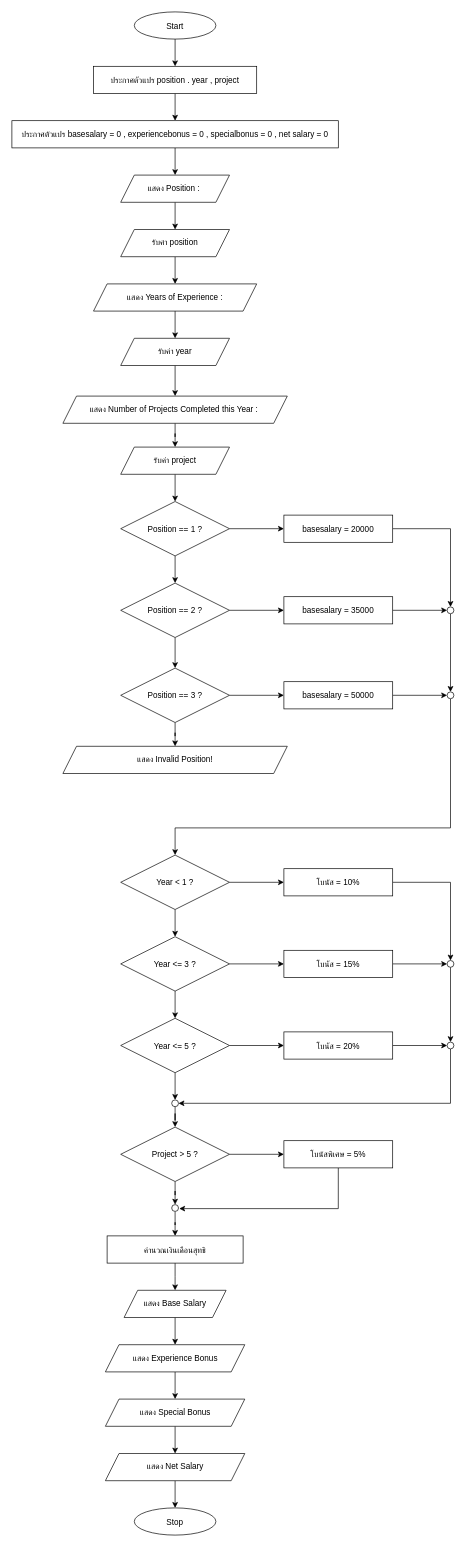
This is Lab/lab8_Flowchart.drawio from jirayuwongtom/ENGCC304, a draw.io file, before an edit. Source tidied: cells renumbered, new cells numbered last; positions are measured from the earlier drawing's top-left corner, leaving out a move shared by most shapes. Both pictures are drawn from the tidied source at 68%, with x=0, y=0 at pixel (12, 12).
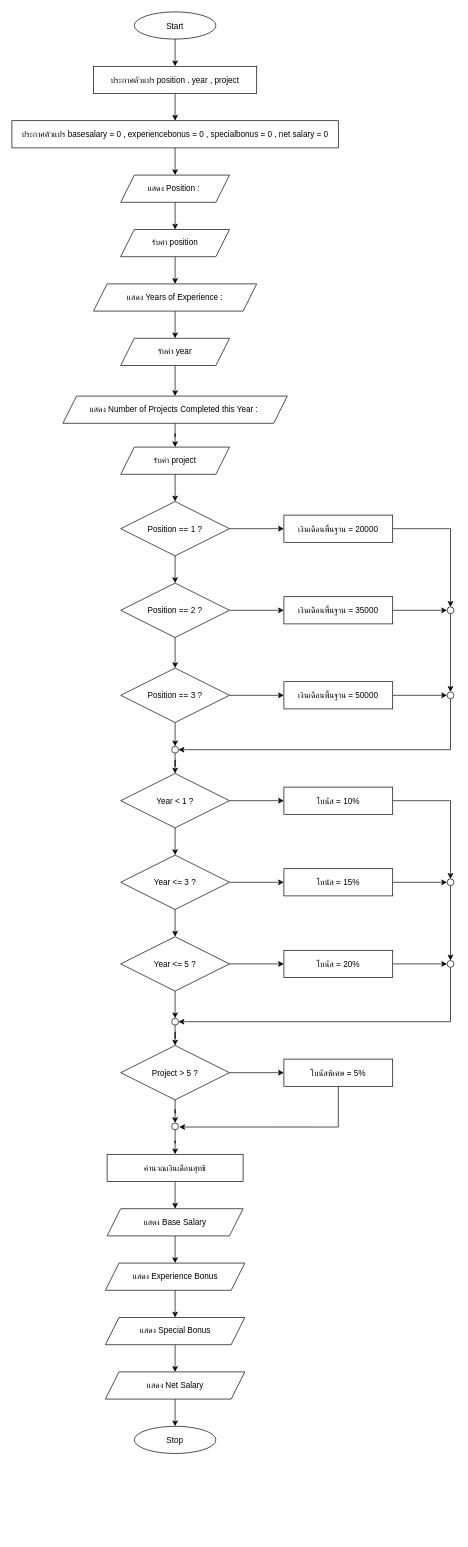
The same diagram, later.

The change refers to these unchanged cells:
```xml
<mxCell id="16" value="Position == 3 ?" style="rhombus;" parent="1" vertex="1">
  <mxGeometry x="160" y="965" width="160" height="80" as="geometry" />
</mxCell>
<mxCell id="62" style="ellipse;whiteSpace=wrap;html=1;" parent="1" vertex="1">
  <mxGeometry x="640" y="1000" width="10" height="10" as="geometry" />
</mxCell>
```

Diff of the diagram source:
```diff
@@
-    <mxCell id="8" value="basesalary = 20000" style="rectangle;" parent="1" vertex="1">
+    <mxCell id="8" value="เงินเดือนพื้นฐาน = 20000" style="rectangle;" parent="1" vertex="1">
       <mxGeometry x="400" y="740" width="160" height="40" as="geometry" />
     </mxCell>
@@
-    <mxCell id="13" value="basesalary = 35000" style="rectangle;" parent="1" vertex="1">
+    <mxCell id="13" value="เงินเดือนพื้นฐาน = 35000" style="rectangle;" parent="1" vertex="1">
       <mxGeometry x="400" y="860" width="160" height="40" as="geometry" />
     </mxCell>
@@
-    <mxCell id="15" style="edgeStyle=orthogonalEdgeStyle;rounded=0;jettySize=auto;html=1;" parent="1" edge="1" source="16" target="58">
-      <mxGeometry relative="1" as="geometry" />
+    <mxCell id="15" style="edgeStyle=orthogonalEdgeStyle;rounded=0;jettySize=auto;html=1;" parent="1" edge="1" source="16">
+      <mxGeometry relative="1" as="geometry">
+        <mxPoint x="240" y="1080" as="targetPoint" />
+      </mxGeometry>
     </mxCell>
@@
-    <mxCell id="18" value="basesalary = 50000" style="rectangle;" parent="1" vertex="1">
+    <mxCell id="18" value="เงินเดือนพื้นฐาน = 50000" style="rectangle;" parent="1" vertex="1">
       <mxGeometry x="400" y="985" width="160" height="40" as="geometry" />
     </mxCell>
@@
     <mxCell id="21" value="Year &lt; 1 ?" style="rhombus;" parent="1" vertex="1">
-      <mxGeometry x="160" y="1240" width="160" height="80" as="geometry" />
+      <mxGeometry x="160" y="1120" width="160" height="80" as="geometry" />
     </mxCell>
@@
     <mxCell id="24" value="Year &lt;= 3 ?" style="rhombus;" parent="1" vertex="1">
-      <mxGeometry x="160" y="1360" width="160" height="80" as="geometry" />
+      <mxGeometry x="160" y="1240" width="160" height="80" as="geometry" />
     </mxCell>
@@
     <mxCell id="26" value="โบนัส = 10%" style="rectangle;" parent="1" vertex="1">
-      <mxGeometry x="400" y="1260" width="160" height="40" as="geometry" />
+      <mxGeometry x="400" y="1140" width="160" height="40" as="geometry" />
     </mxCell>
@@
     <mxCell id="29" value="Year &lt;= 5 ?" style="rhombus;" parent="1" vertex="1">
-      <mxGeometry x="160" y="1480" width="160" height="80" as="geometry" />
+      <mxGeometry x="160" y="1360" width="160" height="80" as="geometry" />
     </mxCell>
@@
     <mxCell id="31" value="โบนัส = 15%" style="rectangle;" parent="1" vertex="1">
-      <mxGeometry x="400" y="1380" width="160" height="40" as="geometry" />
+      <mxGeometry x="400" y="1260" width="160" height="40" as="geometry" />
     </mxCell>
@@
     <mxCell id="33" value="โบนัส = 20%" style="rectangle;" parent="1" vertex="1">
-      <mxGeometry x="400" y="1500" width="160" height="40" as="geometry" />
+      <mxGeometry x="400" y="1380" width="160" height="40" as="geometry" />
     </mxCell>
@@
     <mxCell id="36" value="Project &gt; 5 ?" style="rhombus;" parent="1" vertex="1">
-      <mxGeometry x="160" y="1640" width="160" height="80" as="geometry" />
+      <mxGeometry x="160" y="1520" width="160" height="80" as="geometry" />
     </mxCell>
     <mxCell id="37" style="edgeStyle=orthogonalEdgeStyle;rounded=0;jettySize=auto;html=1;entryX=1.107;entryY=0.588;entryDx=0;entryDy=0;entryPerimeter=0;" parent="1" edge="1" source="38" target="70">
       <mxGeometry relative="1" as="geometry">
         <Array as="points">
-          <mxPoint x="480" y="1760" />
-          <mxPoint x="246" y="1760" />
+          <mxPoint x="480" y="1640" />
+          <mxPoint x="246" y="1640" />
         </Array>
       </mxGeometry>
     </mxCell>
     <mxCell id="38" value="โบนัสพิเศษ = 5%" style="rectangle;" parent="1" vertex="1">
-      <mxGeometry x="400" y="1660" width="160" height="40" as="geometry" />
+      <mxGeometry x="400" y="1540" width="160" height="40" as="geometry" />
     </mxCell>
     <mxCell id="39" style="edgeStyle=orthogonalEdgeStyle;rounded=0;jettySize=auto;html=1;" parent="1" edge="1" source="40">
       <mxGeometry relative="1" as="geometry">
-        <mxPoint x="240" y="1880" as="targetPoint" />
+        <mxPoint x="240" y="1760" as="targetPoint" />
       </mxGeometry>
     </mxCell>
     <mxCell id="40" value="คำนวณเงินเดือนสุทธิ" style="rectangle;" parent="1" vertex="1">
-      <mxGeometry x="140" y="1800" width="200" height="40" as="geometry" />
+      <mxGeometry x="140" y="1680" width="200" height="40" as="geometry" />
     </mxCell>
     <mxCell id="41" value="Stop" style="ellipse;shape=ellipse;perimeter=ellipsePerimeter;" parent="1" vertex="1">
-      <mxGeometry x="180" y="2200" width="120" height="40" as="geometry" />
+      <mxGeometry x="180" y="2080" width="120" height="40" as="geometry" />
     </mxCell>
@@
-    <mxCell id="58" value="แสดง&amp;nbsp;&lt;span style=&quot;text-wrap-mode: nowrap;&quot;&gt;Invalid Position!&lt;/span&gt;" style="shape=parallelogram;perimeter=parallelogramPerimeter;whiteSpace=wrap;html=1;fixedSize=1;" parent="1" vertex="1">
-      <mxGeometry x="75" y="1080" width="330" height="40" as="geometry" />
-    </mxCell>
@@
-    <mxCell id="61" style="edgeStyle=orthogonalEdgeStyle;rounded=0;jettySize=auto;html=1;entryX=0.5;entryY=0;entryDx=0;entryDy=0;" parent="1" edge="1" source="62" target="21">
+    <mxCell id="61" style="edgeStyle=orthogonalEdgeStyle;rounded=0;jettySize=auto;html=1;entryX=1;entryY=0.5;entryDx=0;entryDy=0;" parent="1" edge="1" source="62" target="80">
       <mxGeometry relative="1" as="geometry">
         <Array as="points">
-          <mxPoint x="645" y="1200" />
-          <mxPoint x="240" y="1200" />
+          <mxPoint x="645" y="1085" />
         </Array>
       </mxGeometry>
     </mxCell>
@@
     <mxCell id="64" style="ellipse;whiteSpace=wrap;html=1;" parent="1" vertex="1">
-      <mxGeometry x="640" y="1395" width="10" height="10" as="geometry" />
+      <mxGeometry x="640" y="1275" width="10" height="10" as="geometry" />
     </mxCell>
     <mxCell id="65" style="edgeStyle=orthogonalEdgeStyle;rounded=0;jettySize=auto;html=1;entryX=1;entryY=0.5;entryDx=0;entryDy=0;" parent="1" edge="1" source="66" target="68">
       <mxGeometry relative="1" as="geometry">
         <Array as="points">
-          <mxPoint x="645" y="1605" />
+          <mxPoint x="645" y="1485" />
         </Array>
       </mxGeometry>
     </mxCell>
     <mxCell id="66" style="ellipse;whiteSpace=wrap;html=1;" parent="1" vertex="1">
-      <mxGeometry x="640" y="1515" width="10" height="10" as="geometry" />
+      <mxGeometry x="640" y="1395" width="10" height="10" as="geometry" />
     </mxCell>
@@
     <mxCell id="68" style="ellipse;whiteSpace=wrap;html=1;" parent="1" vertex="1">
-      <mxGeometry x="235" y="1600" width="10" height="10" as="geometry" />
+      <mxGeometry x="235" y="1480" width="10" height="10" as="geometry" />
     </mxCell>
@@
     <mxCell id="70" style="ellipse;whiteSpace=wrap;html=1;" parent="1" vertex="1">
-      <mxGeometry x="235" y="1754" width="10" height="10" as="geometry" />
+      <mxGeometry x="235" y="1634" width="10" height="10" as="geometry" />
     </mxCell>
@@
     <mxCell id="72" value="แสดง Base Salary" style="shape=parallelogram;perimeter=parallelogramPerimeter;whiteSpace=wrap;html=1;fixedSize=1;" parent="1" vertex="1">
-      <mxGeometry x="165" y="1880" width="150" height="40" as="geometry" />
+      <mxGeometry x="140" y="1760" width="200" height="40" as="geometry" />
     </mxCell>
@@
     <mxCell id="74" value="แสดง Experience Bonus" style="shape=parallelogram;perimeter=parallelogramPerimeter;whiteSpace=wrap;html=1;fixedSize=1;" parent="1" vertex="1">
-      <mxGeometry x="137.5" y="1960" width="205" height="40" as="geometry" />
+      <mxGeometry x="137.5" y="1840" width="205" height="40" as="geometry" />
     </mxCell>
@@
     <mxCell id="76" value="แสดง Special Bonus" style="shape=parallelogram;perimeter=parallelogramPerimeter;whiteSpace=wrap;html=1;fixedSize=1;" parent="1" vertex="1">
-      <mxGeometry x="137.5" y="2040" width="205" height="40" as="geometry" />
+      <mxGeometry x="137.5" y="1920" width="205" height="40" as="geometry" />
     </mxCell>
@@
     <mxCell id="78" value="แสดง Net Salary" style="shape=parallelogram;perimeter=parallelogramPerimeter;whiteSpace=wrap;html=1;fixedSize=1;" parent="1" vertex="1">
-      <mxGeometry x="137.5" y="2120" width="205" height="40" as="geometry" />
+      <mxGeometry x="137.5" y="2000" width="205" height="40" as="geometry" />
     </mxCell>
+    <mxCell id="79" style="edgeStyle=orthogonalEdgeStyle;rounded=0;jettySize=auto;html=1;" parent="1" edge="1" source="80" target="21">
+      <mxGeometry relative="1" as="geometry" />
+    </mxCell>
+    <mxCell id="80" style="ellipse;whiteSpace=wrap;html=1;" parent="1" vertex="1">
+      <mxGeometry x="235" y="1080" width="10" height="10" as="geometry" />
+    </mxCell>
```
